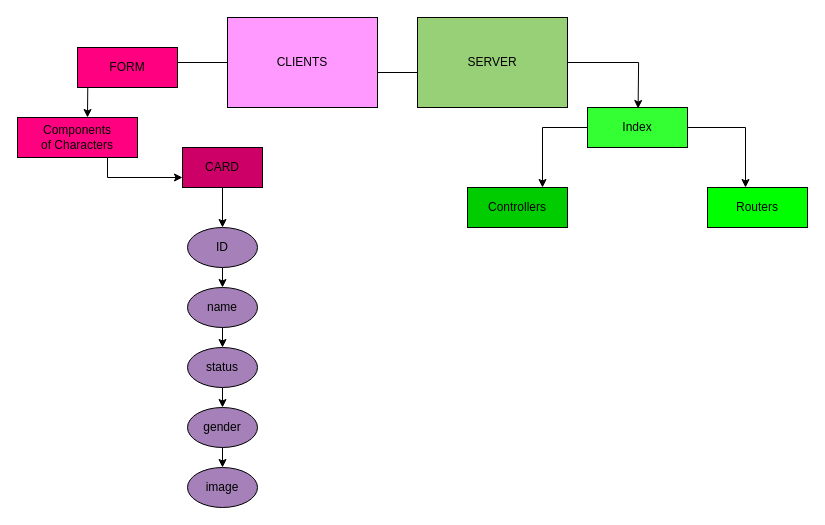
This is rick.drawio from Sunny1606/Rick_and_Morty, a draw.io file, before an edit. Source tidied: cells renumbered, new cells numbered last; positions are measured from the earlier drawing's top-left corner, leaving out a move shared by most shapes. Both pictures are drawn from the tidied source at 100%, with x=0, y=0 at pixel (17, 17).
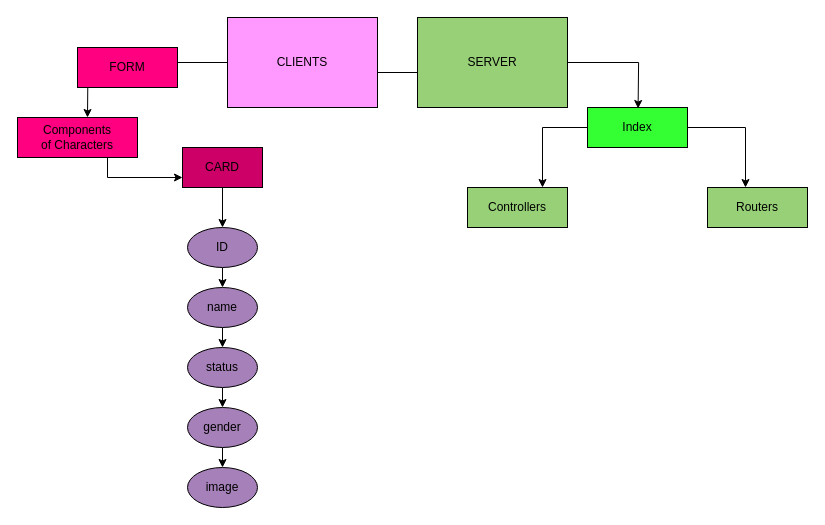
The same diagram, later.

Change to the diagram source:
```diff
@@
-    <mxCell id="19" value="Routers" style="whiteSpace=wrap;html=1;align=center;fillColor=#00FF00;" parent="1" vertex="1">
+    <mxCell id="19" value="Routers" style="whiteSpace=wrap;html=1;align=center;fillColor=#97D077;" parent="1" vertex="1">
       <mxGeometry x="690" y="170" width="100" height="40" as="geometry" />
     </mxCell>
-    <mxCell id="20" value="Controllers" style="whiteSpace=wrap;html=1;align=center;fillColor=#00CC00;" parent="1" vertex="1">
+    <mxCell id="20" value="Controllers" style="whiteSpace=wrap;html=1;align=center;fillColor=#97D077;" parent="1" vertex="1">
       <mxGeometry x="450" y="170" width="100" height="40" as="geometry" />
     </mxCell>
```
